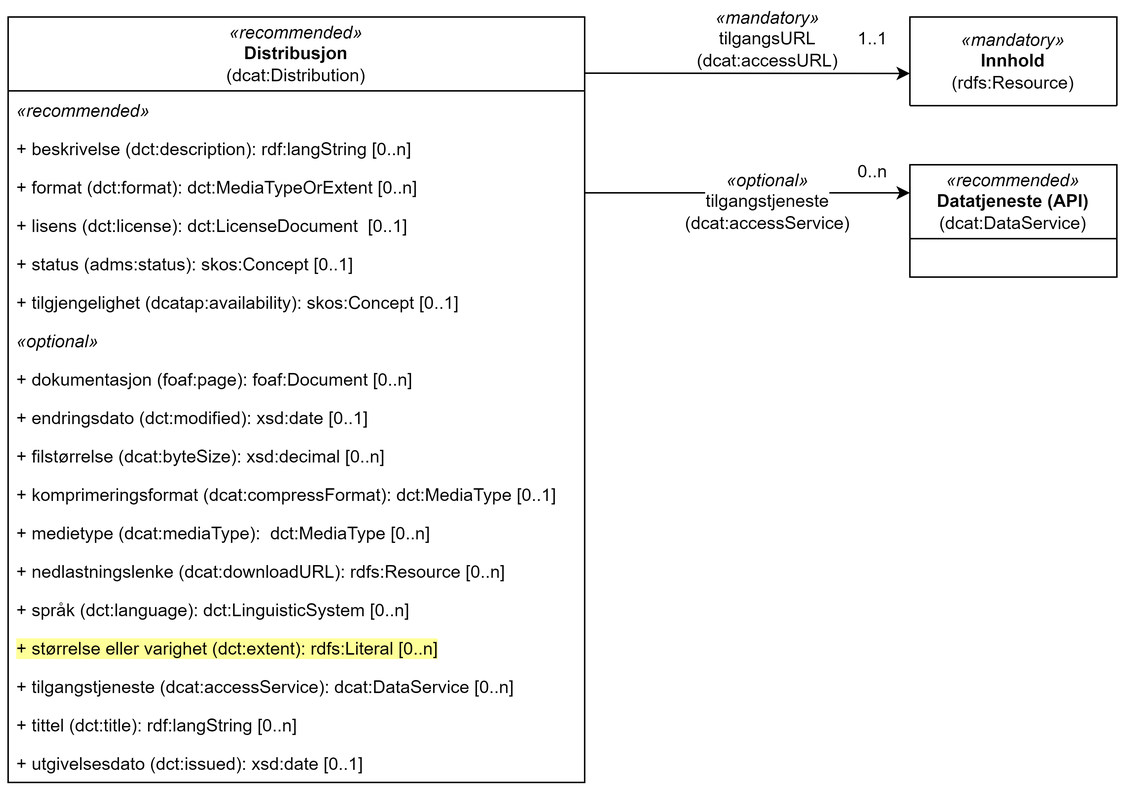
This is cdvno/images/cdvno-distribution.png from jimjyang/playground, a draw.io export, as it was before one commit. Source tidied: cells renumbered, new cells last; positions are measured from the earlier drawing's top-left corner, leaving out a move shared by most shapes.
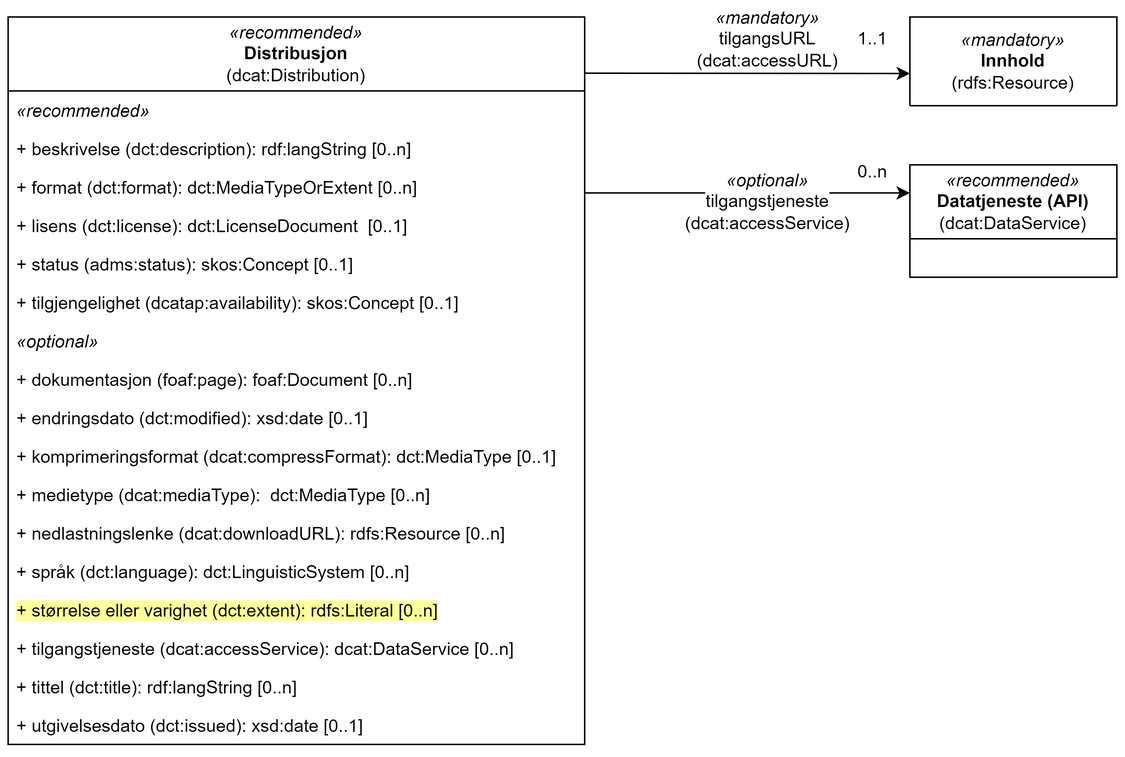
After the commit.

Commit message:
cdvno-distribution

What changed in the source:
```diff
@@ -6,7 +6,7 @@
       <mxGeometry x="610" width="140" height="60" as="geometry" />
     </mxCell>
     <mxCell id="3" value="&lt;i style=&quot;border-color: var(--border-color);&quot;&gt;«recommended»&lt;/i&gt;&lt;br style=&quot;border-color: var(--border-color);&quot;&gt;&lt;b style=&quot;border-color: var(--border-color);&quot;&gt;Distribusjon&lt;br style=&quot;border-color: var(--border-color);&quot;&gt;&lt;/b&gt;(dcat:Distribution)" style="swimlane;fontStyle=0;horizontal=1;startSize=50;fillColor=none;whiteSpace=wrap;html=1;" parent="1" vertex="1">
-      <mxGeometry width="390" height="518" as="geometry" />
+      <mxGeometry width="390" height="492" as="geometry" />
     </mxCell>
     <mxCell id="4" value="&lt;i&gt;«recommended»&lt;/i&gt;" style="text;strokeColor=none;fillColor=none;align=left;verticalAlign=top;spacingLeft=4;spacingRight=4;overflow=hidden;whiteSpace=wrap;html=1;" parent="3" vertex="1">
       <mxGeometry y="50" width="390" height="26" as="geometry" />
@@ -35,32 +35,29 @@
     <mxCell id="12" value="+ endringsdato (dct:modified)&lt;span style=&quot;background-color: initial;&quot;&gt;: xsd:date [0..1]&lt;/span&gt;" style="text;strokeColor=none;fillColor=none;align=left;verticalAlign=top;spacingLeft=4;spacingRight=4;overflow=hidden;whiteSpace=wrap;html=1;" parent="3" vertex="1">
       <mxGeometry y="258" width="390" height="26" as="geometry" />
     </mxCell>
-    <mxCell id="13" value="+ filstørrelse (dcat:byteSize)&lt;span style=&quot;background-color: initial;&quot;&gt;: xsd:decimal&amp;nbsp;[0..n]&lt;/span&gt;" style="text;strokeColor=none;fillColor=none;align=left;verticalAlign=top;spacingLeft=4;spacingRight=4;overflow=hidden;whiteSpace=wrap;html=1;" parent="3" vertex="1">
-      <mxGeometry y="284" width="390" height="26" as="geometry" />
-    </mxCell>
     <mxCell id="14" value="+ komprimeringsformat (dcat:compressFormat): dct:MediaType&lt;span style=&quot;background-color: initial;&quot;&gt;&amp;nbsp;[0..1]&lt;/span&gt;" style="text;strokeColor=none;fillColor=none;align=left;verticalAlign=top;spacingLeft=4;spacingRight=4;overflow=hidden;whiteSpace=wrap;html=1;" parent="3" vertex="1">
-      <mxGeometry y="310" width="390" height="26" as="geometry" />
+      <mxGeometry y="284" width="390" height="26" as="geometry" />
     </mxCell>
     <mxCell id="15" value="+ medietype (dcat:mediaType):&amp;nbsp;&amp;nbsp;dct:MediaType&lt;span style=&quot;background-color: initial;&quot;&gt;&amp;nbsp;[0..n]&lt;/span&gt;" style="text;strokeColor=none;fillColor=none;align=left;verticalAlign=top;spacingLeft=4;spacingRight=4;overflow=hidden;whiteSpace=wrap;html=1;" parent="3" vertex="1">
-      <mxGeometry y="336" width="390" height="26" as="geometry" />
+      <mxGeometry y="310" width="390" height="26" as="geometry" />
     </mxCell>
     <mxCell id="16" value="+ nedlastningslenke (dcat:downloadURL):&amp;nbsp;&lt;span style=&quot;text-align: center;&quot;&gt;rdfs:Resource&lt;/span&gt;&lt;span style=&quot;background-color: initial;&quot;&gt;&amp;nbsp;[0..n]&lt;/span&gt;" style="text;strokeColor=none;fillColor=none;align=left;verticalAlign=top;spacingLeft=4;spacingRight=4;overflow=hidden;whiteSpace=wrap;html=1;" parent="3" vertex="1">
-      <mxGeometry y="362" width="390" height="26" as="geometry" />
+      <mxGeometry y="336" width="390" height="26" as="geometry" />
     </mxCell>
     <mxCell id="17" value="+ språk (dct:language)&lt;span style=&quot;background-color: initial;&quot;&gt;:&amp;nbsp;&lt;/span&gt;dct:LinguisticSystem [0..n]" style="text;strokeColor=none;fillColor=none;align=left;verticalAlign=top;spacingLeft=4;spacingRight=4;overflow=hidden;whiteSpace=wrap;html=1;" parent="3" vertex="1">
-      <mxGeometry y="388" width="390" height="26" as="geometry" />
+      <mxGeometry y="362" width="390" height="26" as="geometry" />
     </mxCell>
     <mxCell id="18" value="&lt;span style=&quot;background-color: rgb(255, 255, 153);&quot;&gt;+ størrelse eller varighet (dct:extent): rdfs:Literal [0..n]&lt;/span&gt;" style="text;strokeColor=none;fillColor=none;align=left;verticalAlign=top;spacingLeft=4;spacingRight=4;overflow=hidden;whiteSpace=wrap;html=1;" parent="3" vertex="1">
-      <mxGeometry y="414" width="390" height="26" as="geometry" />
+      <mxGeometry y="388" width="390" height="26" as="geometry" />
     </mxCell>
     <mxCell id="19" value="+ tilgangstjeneste (dcat:accessService)&lt;span style=&quot;background-color: initial;&quot;&gt;: dcat:DataService&amp;nbsp;[0..n]&lt;/span&gt;" style="text;strokeColor=none;fillColor=none;align=left;verticalAlign=top;spacingLeft=4;spacingRight=4;overflow=hidden;whiteSpace=wrap;html=1;" parent="3" vertex="1">
-      <mxGeometry y="440" width="390" height="26" as="geometry" />
+      <mxGeometry y="414" width="390" height="26" as="geometry" />
     </mxCell>
     <mxCell id="20" value="+ tittel (dct:title)&lt;span style=&quot;background-color: initial;&quot;&gt;: rdf:langString [0..n]&lt;/span&gt;" style="text;strokeColor=none;fillColor=none;align=left;verticalAlign=top;spacingLeft=4;spacingRight=4;overflow=hidden;whiteSpace=wrap;html=1;" parent="3" vertex="1">
-      <mxGeometry y="466" width="390" height="26" as="geometry" />
+      <mxGeometry y="440" width="390" height="26" as="geometry" />
     </mxCell>
     <mxCell id="21" value="+ utgivelsesdato (dct:issued)&lt;span style=&quot;background-color: initial;&quot;&gt;:&amp;nbsp;&lt;/span&gt;xsd:date [0..1]" style="text;strokeColor=none;fillColor=none;align=left;verticalAlign=top;spacingLeft=4;spacingRight=4;overflow=hidden;whiteSpace=wrap;html=1;" parent="3" vertex="1">
-      <mxGeometry y="492" width="390" height="26" as="geometry" />
+      <mxGeometry y="466" width="390" height="26" as="geometry" />
     </mxCell>
     <mxCell id="22" value="&lt;i style=&quot;border-color: var(--border-color);&quot;&gt;«recommended»&lt;/i&gt;&lt;br style=&quot;border-color: var(--border-color);&quot;&gt;&lt;b style=&quot;border-color: var(--border-color);&quot;&gt;Datatjeneste (API)&lt;br style=&quot;border-color: var(--border-color);&quot;&gt;&lt;/b&gt;(dcat:DataService)" style="swimlane;fontStyle=0;horizontal=1;startSize=50;fillColor=none;whiteSpace=wrap;html=1;" parent="1" vertex="1">
       <mxGeometry x="610" y="100" width="140" height="76" as="geometry" />
```
